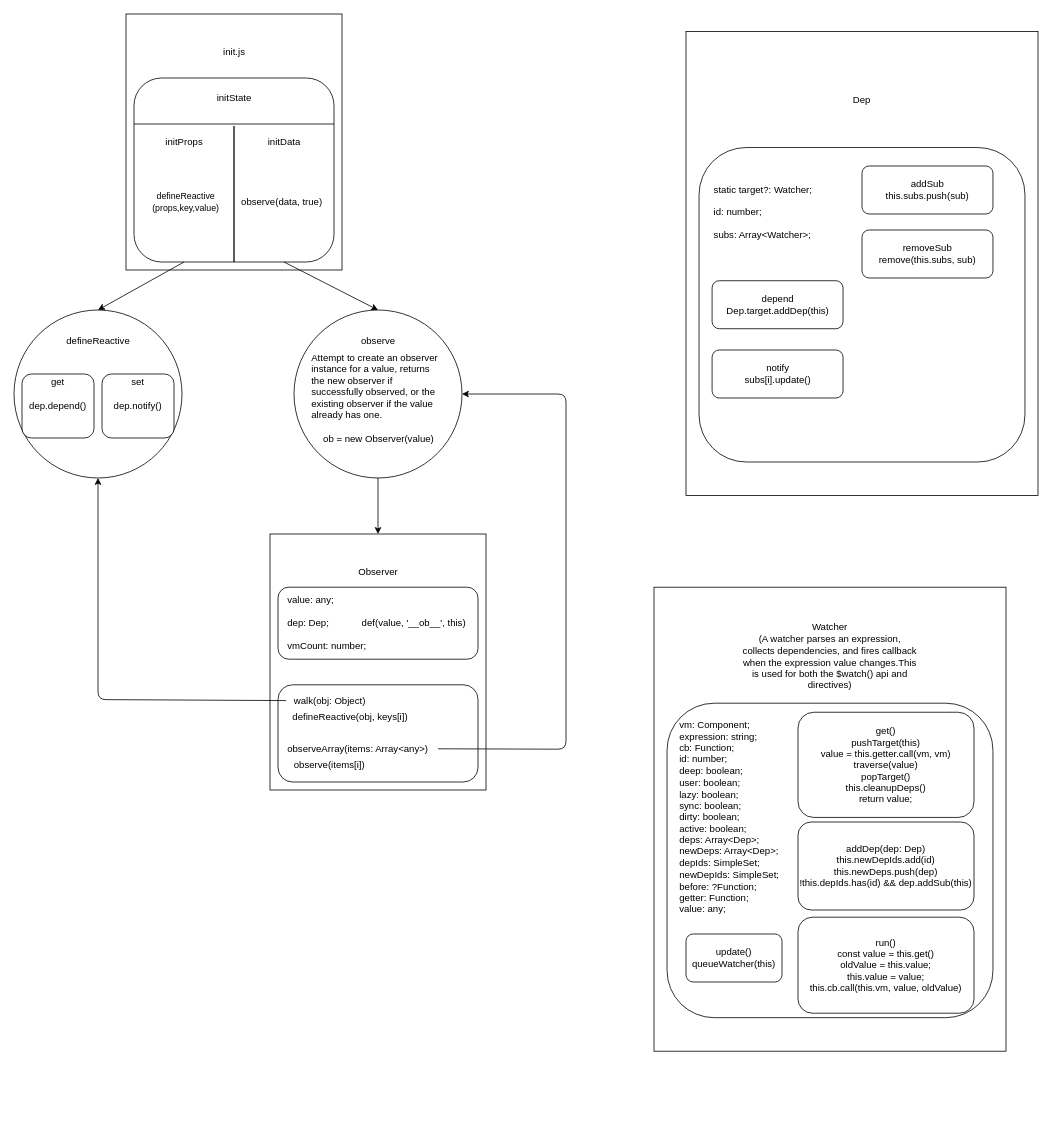
Earlier version of the draw.io diagram Untitled Diagram.drawio (asemono/noteBook). Source tidied: cells renumbered, new cells numbered last; positions are measured from the earlier drawing's top-left corner, leaving out a move shared by most shapes. Both pictures are drawn from the tidied source at 80%, with x=0, y=0 at pixel (14, 14).
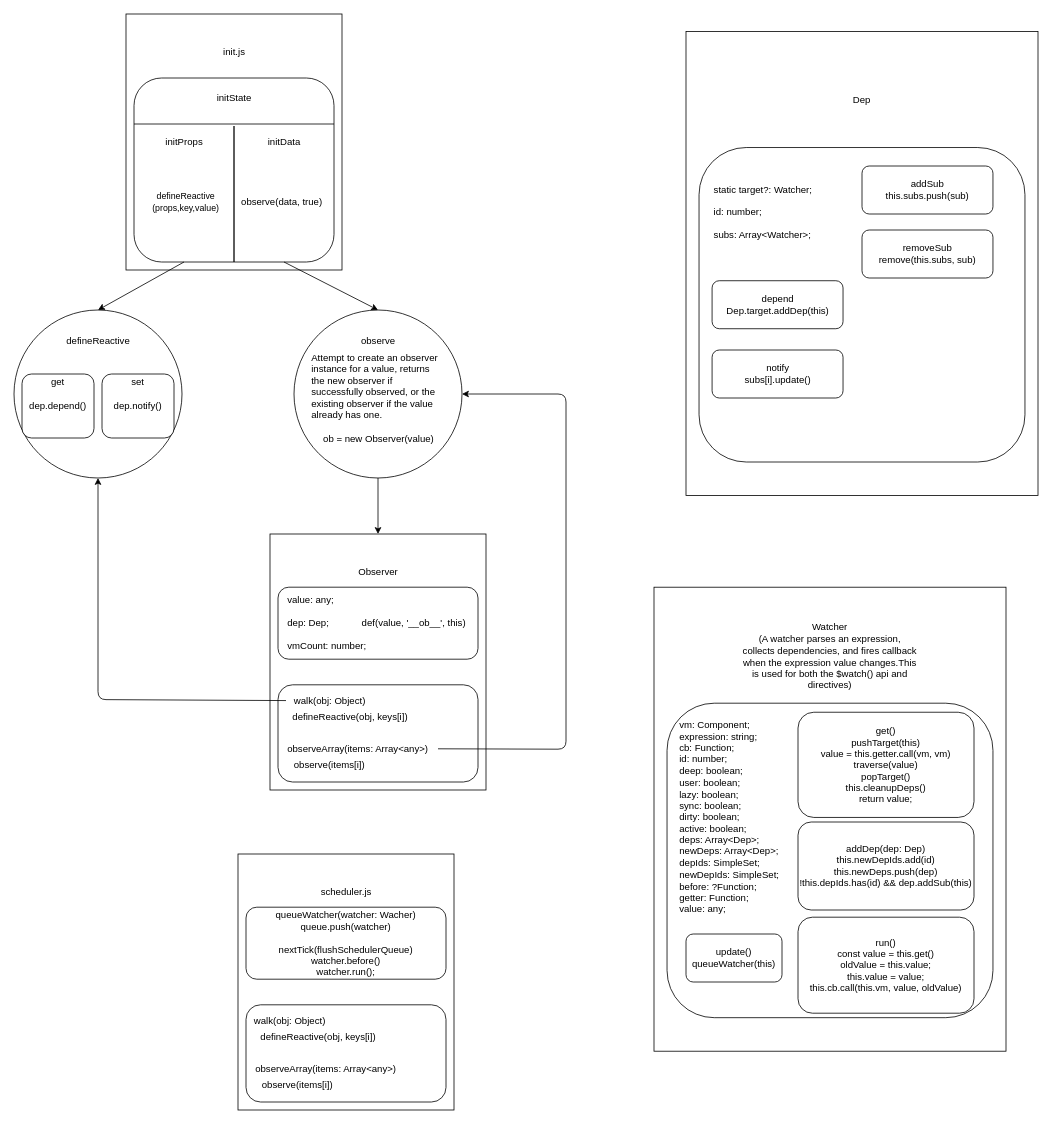
Above is the later version.

Change to the diagram source:
```diff
@@
+    <mxCell id="61" style="group;" parent="1" vertex="1">
+      <mxGeometry x="280" y="1060" width="330" height="320" as="geometry" />
+    </mxCell>
+    <mxCell id="62" style="rounded=0;whiteSpace=wrap;html=1;" parent="61" vertex="1">
+      <mxGeometry y="-10" width="270" height="320" as="geometry" />
+    </mxCell>
+    <mxCell id="63" value="scheduler.js" style="text;html=1;strokeColor=none;fillColor=none;align=center;verticalAlign=middle;whiteSpace=wrap;rounded=0;" parent="61" vertex="1">
+      <mxGeometry x="67.5" y="18.8" width="135" height="37.6" as="geometry" />
+    </mxCell>
+    <mxCell id="64" value="queueWatcher(watcher: Wacher)&lt;br&gt;queue.push(watcher)&lt;br&gt;&lt;br&gt;nextTick(flushSchedulerQueue)&lt;br&gt;watcher.before()&lt;br&gt;watcher.run();" style="rounded=1;whiteSpace=wrap;html=1;align=center;" parent="61" vertex="1">
+      <mxGeometry x="10" y="56.5" width="250" height="90" as="geometry" />
+    </mxCell>
+    <mxCell id="65" style="rounded=1;whiteSpace=wrap;html=1;align=left;" parent="61" vertex="1">
+      <mxGeometry x="10" y="178.5" width="250" height="121.5" as="geometry" />
+    </mxCell>
+    <mxCell id="66" value="walk(obj: Object)" style="text;html=1;strokeColor=none;fillColor=none;align=center;verticalAlign=middle;whiteSpace=wrap;rounded=0;" parent="61" vertex="1">
+      <mxGeometry y="188.5" width="130" height="20" as="geometry" />
+    </mxCell>
+    <mxCell id="67" value="defineReactive(obj, keys[i])" style="text;html=1;strokeColor=none;fillColor=none;align=center;verticalAlign=middle;whiteSpace=wrap;rounded=0;" parent="61" vertex="1">
+      <mxGeometry x="17.5" y="208.5" width="165" height="20" as="geometry" />
+    </mxCell>
+    <mxCell id="68" value="observeArray(items: Array&amp;lt;any&amp;gt;)" style="text;html=1;strokeColor=none;fillColor=none;align=center;verticalAlign=middle;whiteSpace=wrap;rounded=0;" parent="61" vertex="1">
+      <mxGeometry x="10" y="248.5" width="200" height="20" as="geometry" />
+    </mxCell>
+    <mxCell id="69" value="observe(items[i])" style="text;html=1;strokeColor=none;fillColor=none;align=center;verticalAlign=middle;whiteSpace=wrap;rounded=0;" parent="61" vertex="1">
+      <mxGeometry x="17.5" y="268.5" width="112.5" height="20" as="geometry" />
+    </mxCell>
```
